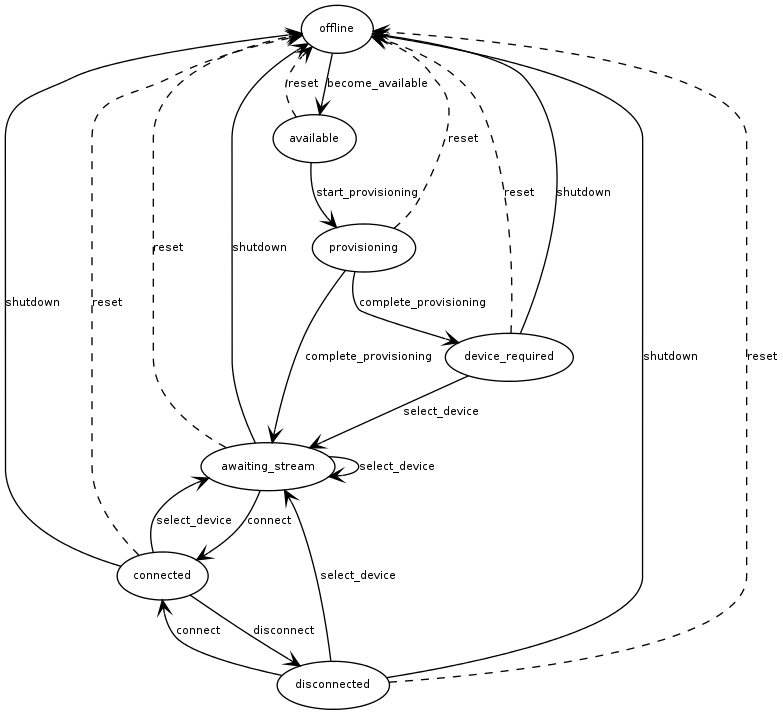
Earlier version of the Graphviz export doc/fsm_venue.png (voicerepublic/voicerepublic_dev). Its source is kept beside it as doc/fsm_venue.dot.
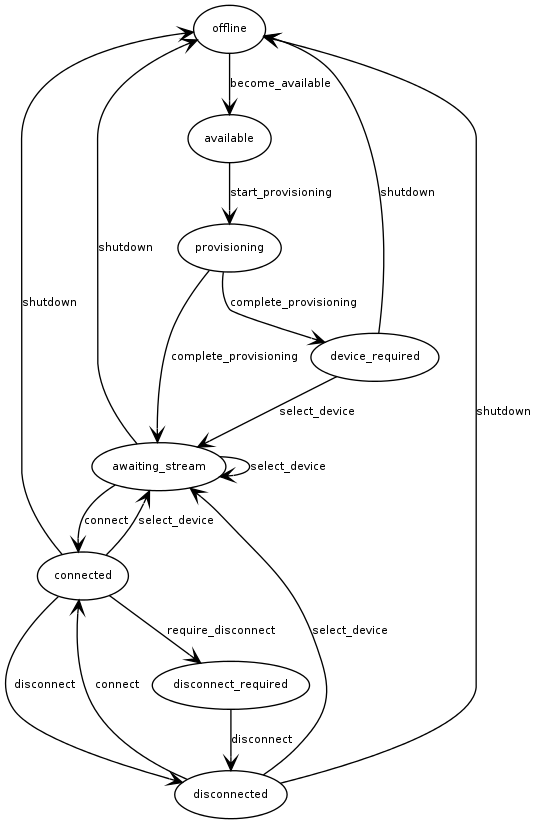
The same diagram one commit later.

Commit message:
improve icecast endpoint & update diagram

Change to the diagram source:
```diff
@@ -43,15 +43,12 @@
   connected -> offline [label="shutdown"]
   disconnected -> offline [label="shutdown"]
 
-  available -> offline [label="reset" style=dashed]
-  provisioning -> offline [label="reset" style=dashed]
-  device_required -> offline [label="reset" style=dashed]
-  awaiting_stream -> offline [label="reset" style=dashed]
-  connected -> offline [label="reset" style=dashed]
-  disconnected -> offline [label="reset" style=dashed]
 
   awaiting_stream -> awaiting_stream [label="select_device"]
   connected -> awaiting_stream [label="select_device"]
   disconnected -> awaiting_stream [label="select_device"]
 
+  connected -> disconnect_required [label="require_disconnect"]
+  disconnect_required -> disconnected [label="disconnect"]
+
 }
```
